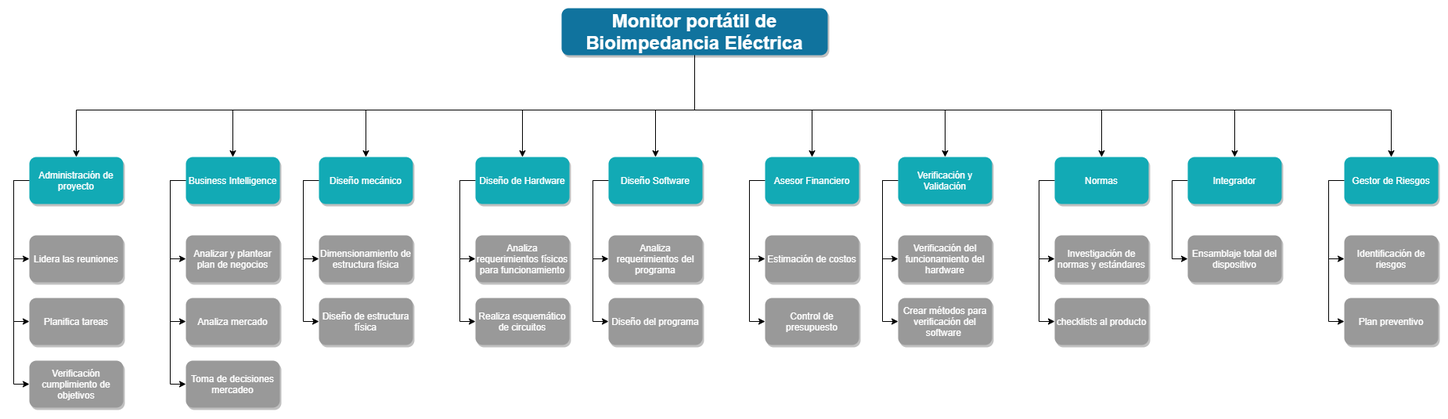
Earlier version of the draw.io export Primera_Fase/Diagrama_paquetes_trabajo.png (Angeloib98/BIATRONIC). Source tidied: cells renumbered, new cells last; positions are measured from the earlier drawing's top-left corner, leaving out a move shared by most shapes.
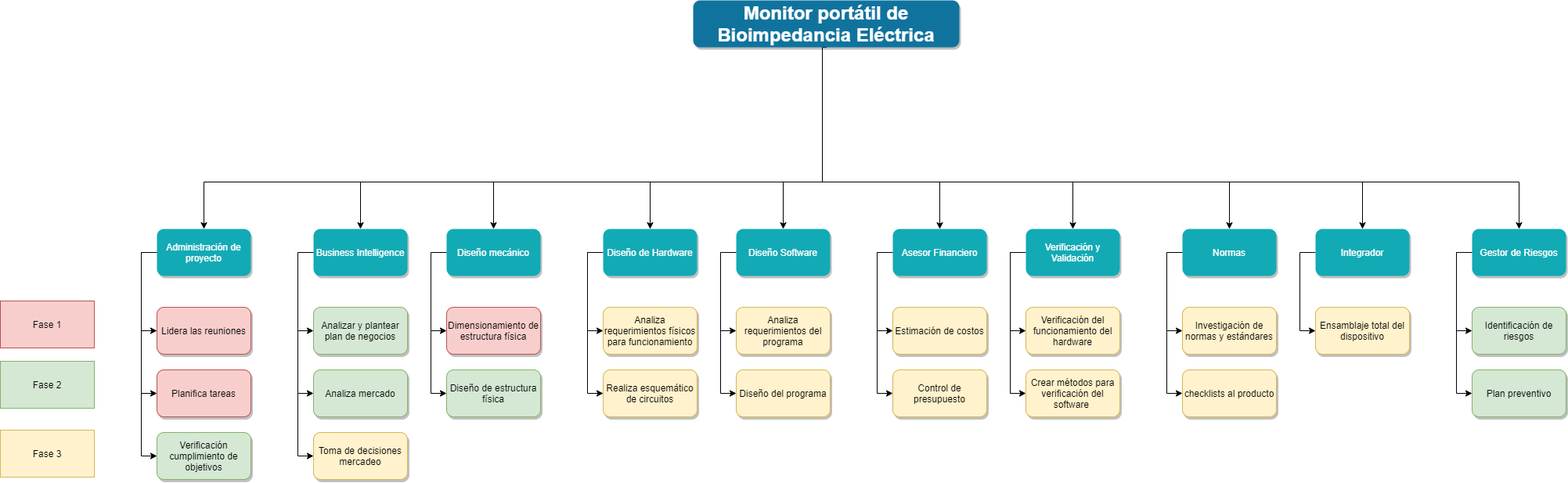
After the commit.

Change to the diagram source:
```diff
@@ -84,7 +84,7 @@
       </mxGeometry>
     </mxCell>
     <mxCell id="12" value="Monitor portátil de Bioimpedancia Eléctrica" style="whiteSpace=wrap;rounded=1;shadow=1;fillColor=#10739E;strokeColor=none;fontColor=#FFFFFF;fontStyle=1;fontSize=24;" parent="1" vertex="1">
-      <mxGeometry x="680" width="340" height="60" as="geometry" />
+      <mxGeometry x="685" y="-102" width="340" height="60" as="geometry" />
     </mxCell>
     <mxCell id="13" style="edgeStyle=orthogonalEdgeStyle;rounded=0;jettySize=auto;html=1;exitX=0;exitY=0.5;exitDx=0;exitDy=0;entryX=0;entryY=0.5;entryDx=0;entryDy=0;" parent="1" edge="1" source="16" target="21">
       <mxGeometry relative="1" as="geometry" />
@@ -110,22 +110,22 @@
     <mxCell id="20" value="Business Intelligence" style="whiteSpace=wrap;rounded=1;fillColor=#12AAB5;strokeColor=none;shadow=1;fontColor=#FFFFFF;" parent="1" vertex="1">
       <mxGeometry x="200" y="190" width="120" height="60" as="geometry" />
     </mxCell>
-    <mxCell id="21" value="Lidera las reuniones" style="whiteSpace=wrap;rounded=1;fillColor=#999999;strokeColor=none;shadow=1;fontColor=#FFFFFF;fontStyle=0;" parent="1" vertex="1">
+    <mxCell id="21" value="Lidera las reuniones" style="whiteSpace=wrap;rounded=1;fillColor=#f8cecc;strokeColor=#b85450;shadow=1;fontStyle=0;" parent="1" vertex="1">
       <mxGeometry y="290" width="120" height="60" as="geometry" />
     </mxCell>
-    <mxCell id="22" value="Planifica tareas" style="whiteSpace=wrap;rounded=1;fillColor=#999999;strokeColor=none;shadow=1;fontColor=#FFFFFF;fontStyle=0;" parent="1" vertex="1">
+    <mxCell id="22" value="Planifica tareas" style="whiteSpace=wrap;rounded=1;fillColor=#f8cecc;strokeColor=#b85450;shadow=1;fontStyle=0;" parent="1" vertex="1">
       <mxGeometry y="370" width="120" height="60" as="geometry" />
     </mxCell>
-    <mxCell id="23" value="Verificación cumplimiento de objetivos" style="whiteSpace=wrap;rounded=1;fillColor=#999999;strokeColor=none;shadow=1;fontColor=#FFFFFF;fontStyle=0;" parent="1" vertex="1">
+    <mxCell id="23" value="Verificación cumplimiento de objetivos" style="whiteSpace=wrap;rounded=1;fillColor=#d5e8d4;strokeColor=#82b366;shadow=1;fontStyle=0;" parent="1" vertex="1">
       <mxGeometry y="450" width="120" height="60" as="geometry" />
     </mxCell>
-    <mxCell id="24" value="Analizar y plantear plan de negocios" style="whiteSpace=wrap;rounded=1;fillColor=#999999;strokeColor=none;shadow=1;fontColor=#FFFFFF;fontStyle=0;" parent="1" vertex="1">
+    <mxCell id="24" value="Analizar y plantear plan de negocios" style="whiteSpace=wrap;rounded=1;fillColor=#d5e8d4;strokeColor=#82b366;shadow=1;fontStyle=0;" parent="1" vertex="1">
       <mxGeometry x="200" y="290" width="120" height="60" as="geometry" />
     </mxCell>
-    <mxCell id="25" value="Analiza mercado" style="whiteSpace=wrap;rounded=1;fillColor=#999999;strokeColor=none;shadow=1;fontColor=#FFFFFF;fontStyle=0;" parent="1" vertex="1">
+    <mxCell id="25" value="Analiza mercado" style="whiteSpace=wrap;rounded=1;fillColor=#d5e8d4;strokeColor=#82b366;shadow=1;fontStyle=0;" parent="1" vertex="1">
       <mxGeometry x="200" y="370" width="120" height="60" as="geometry" />
     </mxCell>
-    <mxCell id="26" value="Toma de decisiones mercadeo" style="whiteSpace=wrap;rounded=1;fillColor=#999999;strokeColor=none;shadow=1;fontColor=#FFFFFF;fontStyle=0;" parent="1" vertex="1">
+    <mxCell id="26" value="Toma de decisiones mercadeo" style="whiteSpace=wrap;rounded=1;fillColor=#fff2cc;strokeColor=#d6b656;shadow=1;fontStyle=0;" parent="1" vertex="1">
       <mxGeometry x="200" y="450" width="120" height="60" as="geometry" />
     </mxCell>
     <mxCell id="27" style="edgeStyle=orthogonalEdgeStyle;rounded=0;jettySize=auto;html=1;exitX=0;exitY=0.5;exitDx=0;exitDy=0;entryX=0;entryY=0.5;entryDx=0;entryDy=0;" parent="1" edge="1" source="29" target="33">
@@ -146,16 +146,16 @@
     <mxCell id="32" value="Diseño de Hardware" style="whiteSpace=wrap;rounded=1;fillColor=#12AAB5;strokeColor=none;shadow=1;fontColor=#FFFFFF;" parent="1" vertex="1">
       <mxGeometry x="570" y="190" width="120" height="60" as="geometry" />
     </mxCell>
-    <mxCell id="33" value="Dimensionamiento de estructura física" style="whiteSpace=wrap;rounded=1;fillColor=#999999;strokeColor=none;shadow=1;fontColor=#FFFFFF;fontStyle=0;" parent="1" vertex="1">
+    <mxCell id="33" value="Dimensionamiento de estructura física" style="whiteSpace=wrap;rounded=1;fillColor=#f8cecc;strokeColor=#b85450;shadow=1;fontStyle=0;" parent="1" vertex="1">
       <mxGeometry x="370" y="290" width="120" height="60" as="geometry" />
     </mxCell>
-    <mxCell id="34" value="Diseño de estructura física" style="whiteSpace=wrap;rounded=1;fillColor=#999999;strokeColor=none;shadow=1;fontColor=#FFFFFF;fontStyle=0;" parent="1" vertex="1">
+    <mxCell id="34" value="Diseño de estructura física" style="whiteSpace=wrap;rounded=1;fillColor=#d5e8d4;strokeColor=#82b366;shadow=1;fontStyle=0;" parent="1" vertex="1">
       <mxGeometry x="370" y="370" width="120" height="60" as="geometry" />
     </mxCell>
-    <mxCell id="35" value="Analiza requerimientos físicos para funcionamiento" style="whiteSpace=wrap;rounded=1;fillColor=#999999;strokeColor=none;shadow=1;fontColor=#FFFFFF;fontStyle=0;" parent="1" vertex="1">
+    <mxCell id="35" value="Analiza requerimientos físicos para funcionamiento" style="whiteSpace=wrap;rounded=1;fillColor=#fff2cc;strokeColor=#d6b656;shadow=1;fontStyle=0;" parent="1" vertex="1">
       <mxGeometry x="570" y="290" width="120" height="60" as="geometry" />
     </mxCell>
-    <mxCell id="36" value="Realiza esquemático de circuitos" style="whiteSpace=wrap;rounded=1;fillColor=#999999;strokeColor=none;shadow=1;fontColor=#FFFFFF;fontStyle=0;" parent="1" vertex="1">
+    <mxCell id="36" value="Realiza esquemático de circuitos" style="whiteSpace=wrap;rounded=1;fillColor=#fff2cc;strokeColor=#d6b656;shadow=1;fontStyle=0;" parent="1" vertex="1">
       <mxGeometry x="570" y="370" width="120" height="60" as="geometry" />
     </mxCell>
     <mxCell id="37" style="edgeStyle=orthogonalEdgeStyle;rounded=0;jettySize=auto;html=1;exitX=0;exitY=0.5;exitDx=0;exitDy=0;entryX=0;entryY=0.5;entryDx=0;entryDy=0;" parent="1" edge="1" source="39" target="43">
@@ -176,16 +176,16 @@
     <mxCell id="42" value="Asesor Financiero" style="whiteSpace=wrap;rounded=1;fillColor=#12AAB5;strokeColor=none;shadow=1;fontColor=#FFFFFF;" parent="1" vertex="1">
       <mxGeometry x="940" y="190" width="120" height="60" as="geometry" />
     </mxCell>
-    <mxCell id="43" value="Analiza requerimientos del programa" style="whiteSpace=wrap;rounded=1;fillColor=#999999;strokeColor=none;shadow=1;fontColor=#FFFFFF;fontStyle=0;" parent="1" vertex="1">
+    <mxCell id="43" value="Analiza requerimientos del programa" style="whiteSpace=wrap;rounded=1;fillColor=#fff2cc;strokeColor=#d6b656;shadow=1;fontStyle=0;" parent="1" vertex="1">
       <mxGeometry x="740" y="290" width="120" height="60" as="geometry" />
     </mxCell>
-    <mxCell id="44" value="Diseño del programa" style="whiteSpace=wrap;rounded=1;fillColor=#999999;strokeColor=none;shadow=1;fontColor=#FFFFFF;fontStyle=0;" parent="1" vertex="1">
+    <mxCell id="44" value="Diseño del programa" style="whiteSpace=wrap;rounded=1;fillColor=#fff2cc;strokeColor=#d6b656;shadow=1;fontStyle=0;" parent="1" vertex="1">
       <mxGeometry x="740" y="370" width="120" height="60" as="geometry" />
     </mxCell>
-    <mxCell id="45" value="Estimación de costos" style="whiteSpace=wrap;rounded=1;fillColor=#999999;strokeColor=none;shadow=1;fontColor=#FFFFFF;fontStyle=0;" parent="1" vertex="1">
+    <mxCell id="45" value="Estimación de costos" style="whiteSpace=wrap;rounded=1;fillColor=#fff2cc;strokeColor=#d6b656;shadow=1;fontStyle=0;" parent="1" vertex="1">
       <mxGeometry x="940" y="290" width="120" height="60" as="geometry" />
     </mxCell>
-    <mxCell id="46" value="Control de presupuesto" style="whiteSpace=wrap;rounded=1;fillColor=#999999;strokeColor=none;shadow=1;fontColor=#FFFFFF;fontStyle=0;" parent="1" vertex="1">
+    <mxCell id="46" value="Control de presupuesto" style="whiteSpace=wrap;rounded=1;fillColor=#fff2cc;strokeColor=#d6b656;shadow=1;fontStyle=0;" parent="1" vertex="1">
       <mxGeometry x="940" y="370" width="120" height="60" as="geometry" />
     </mxCell>
     <mxCell id="47" style="edgeStyle=orthogonalEdgeStyle;rounded=0;jettySize=auto;html=1;exitX=0;exitY=0.5;exitDx=0;exitDy=0;entryX=0;entryY=0.5;entryDx=0;entryDy=0;" parent="1" edge="1" source="49" target="53">
@@ -206,16 +206,16 @@
     <mxCell id="52" value="Normas" style="whiteSpace=wrap;rounded=1;fillColor=#12AAB5;strokeColor=none;shadow=1;fontColor=#FFFFFF;" parent="1" vertex="1">
       <mxGeometry x="1310" y="190" width="120" height="60" as="geometry" />
     </mxCell>
-    <mxCell id="53" value="Verificación del funcionamiento del hardware" style="whiteSpace=wrap;rounded=1;fillColor=#999999;strokeColor=none;shadow=1;fontColor=#FFFFFF;fontStyle=0;" parent="1" vertex="1">
+    <mxCell id="53" value="Verificación del funcionamiento del hardware" style="whiteSpace=wrap;rounded=1;fillColor=#fff2cc;strokeColor=#d6b656;shadow=1;fontStyle=0;" parent="1" vertex="1">
       <mxGeometry x="1110" y="290" width="120" height="60" as="geometry" />
     </mxCell>
-    <mxCell id="54" value="Crear métodos para verificación del software " style="whiteSpace=wrap;rounded=1;fillColor=#999999;strokeColor=none;shadow=1;fontColor=#FFFFFF;fontStyle=0;" parent="1" vertex="1">
+    <mxCell id="54" value="Crear métodos para verificación del software " style="whiteSpace=wrap;rounded=1;fillColor=#fff2cc;strokeColor=#d6b656;shadow=1;fontStyle=0;" parent="1" vertex="1">
       <mxGeometry x="1110" y="370" width="120" height="60" as="geometry" />
     </mxCell>
-    <mxCell id="55" value="Investigación de normas y estándares" style="whiteSpace=wrap;rounded=1;fillColor=#999999;strokeColor=none;shadow=1;fontColor=#FFFFFF;fontStyle=0;" parent="1" vertex="1">
+    <mxCell id="55" value="Investigación de normas y estándares" style="whiteSpace=wrap;rounded=1;fillColor=#fff2cc;strokeColor=#d6b656;shadow=1;fontStyle=0;" parent="1" vertex="1">
       <mxGeometry x="1310" y="290" width="120" height="60" as="geometry" />
     </mxCell>
-    <mxCell id="56" value="checklists al producto" style="whiteSpace=wrap;rounded=1;fillColor=#999999;strokeColor=none;shadow=1;fontColor=#FFFFFF;fontStyle=0;" parent="1" vertex="1">
+    <mxCell id="56" value="checklists al producto" style="whiteSpace=wrap;rounded=1;fillColor=#fff2cc;strokeColor=#d6b656;shadow=1;fontStyle=0;" parent="1" vertex="1">
       <mxGeometry x="1310" y="370" width="120" height="60" as="geometry" />
     </mxCell>
     <mxCell id="57" style="edgeStyle=orthogonalEdgeStyle;rounded=0;jettySize=auto;html=1;exitX=0;exitY=0.5;exitDx=0;exitDy=0;entryX=0;entryY=0.5;entryDx=0;entryDy=0;" parent="1" edge="1" source="58" target="62">
@@ -233,14 +233,23 @@
     <mxCell id="61" value="Gestor de Riesgos" style="whiteSpace=wrap;rounded=1;fillColor=#12AAB5;strokeColor=none;shadow=1;fontColor=#FFFFFF;" parent="1" vertex="1">
       <mxGeometry x="1680" y="190" width="120" height="60" as="geometry" />
     </mxCell>
-    <mxCell id="62" value="Ensamblaje total del dispositivo" style="whiteSpace=wrap;rounded=1;fillColor=#999999;strokeColor=none;shadow=1;fontColor=#FFFFFF;fontStyle=0;" parent="1" vertex="1">
+    <mxCell id="62" value="Ensamblaje total del dispositivo" style="whiteSpace=wrap;rounded=1;fillColor=#fff2cc;strokeColor=#d6b656;shadow=1;fontStyle=0;" parent="1" vertex="1">
       <mxGeometry x="1480" y="290" width="120" height="60" as="geometry" />
     </mxCell>
-    <mxCell id="63" value="Identificación de riesgos" style="whiteSpace=wrap;rounded=1;fillColor=#999999;strokeColor=none;shadow=1;fontColor=#FFFFFF;fontStyle=0;" parent="1" vertex="1">
+    <mxCell id="63" value="Identificación de riesgos" style="whiteSpace=wrap;rounded=1;fillColor=#d5e8d4;strokeColor=#82b366;shadow=1;fontStyle=0;" parent="1" vertex="1">
       <mxGeometry x="1680" y="290" width="120" height="60" as="geometry" />
     </mxCell>
-    <mxCell id="64" value="Plan preventivo" style="whiteSpace=wrap;rounded=1;fillColor=#999999;strokeColor=none;shadow=1;fontColor=#FFFFFF;fontStyle=0;" parent="1" vertex="1">
+    <mxCell id="64" value="Plan preventivo" style="whiteSpace=wrap;rounded=1;fillColor=#d5e8d4;strokeColor=#82b366;shadow=1;fontStyle=0;" parent="1" vertex="1">
       <mxGeometry x="1680" y="370" width="120" height="60" as="geometry" />
     </mxCell>
+    <mxCell id="65" value="Fase 1" style="rounded=0;whiteSpace=wrap;html=1;fillColor=#f8cecc;align=center;strokeColor=#b85450;" parent="1" vertex="1">
+      <mxGeometry x="-200" y="282" width="120" height="60" as="geometry" />
+    </mxCell>
+    <mxCell id="66" value="Fase 2" style="rounded=0;whiteSpace=wrap;html=1;fillColor=#d5e8d4;align=center;strokeColor=#82b366;" parent="1" vertex="1">
+      <mxGeometry x="-200" y="359" width="120" height="60" as="geometry" />
+    </mxCell>
+    <mxCell id="67" value="Fase 3" style="rounded=0;whiteSpace=wrap;html=1;fillColor=#fff2cc;align=center;strokeColor=#d6b656;" parent="1" vertex="1">
+      <mxGeometry x="-200" y="447" width="120" height="60" as="geometry" />
+    </mxCell>
   </root>
 </mxGraphModel>
```
